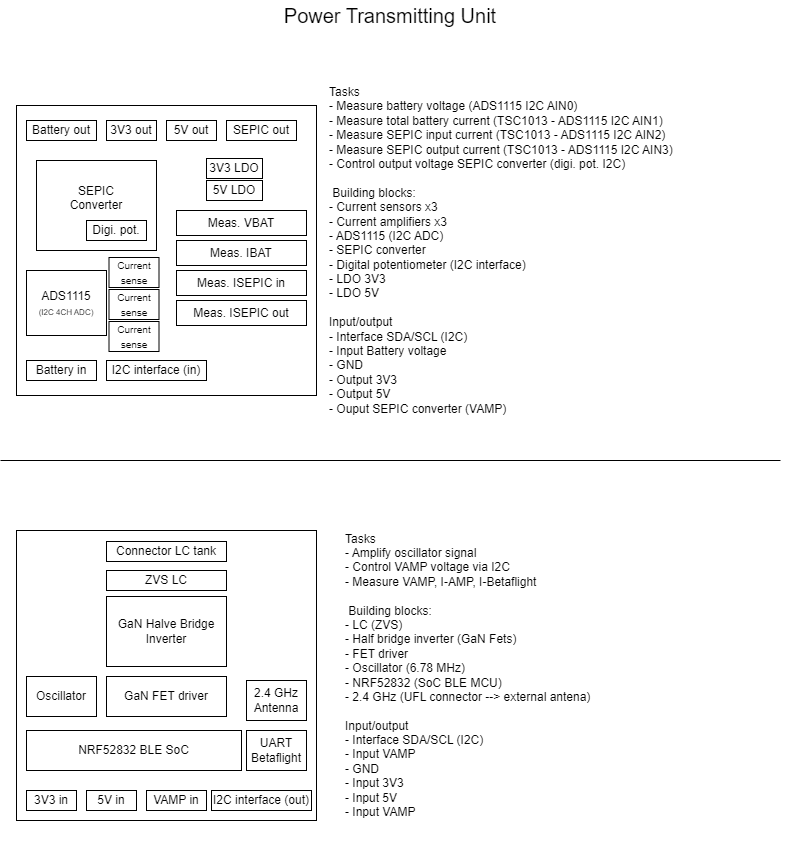
Earlier version of the draw.io export hardware/power-transmitting-unit/drawio/PTU-block-diagram-overview.drawio.png (jarnevanmulders/UAV-Based-Charging-Solution). Source tidied: cells renumbered, new cells last; positions are measured from the earlier drawing's top-left corner, leaving out a move shared by most shapes.
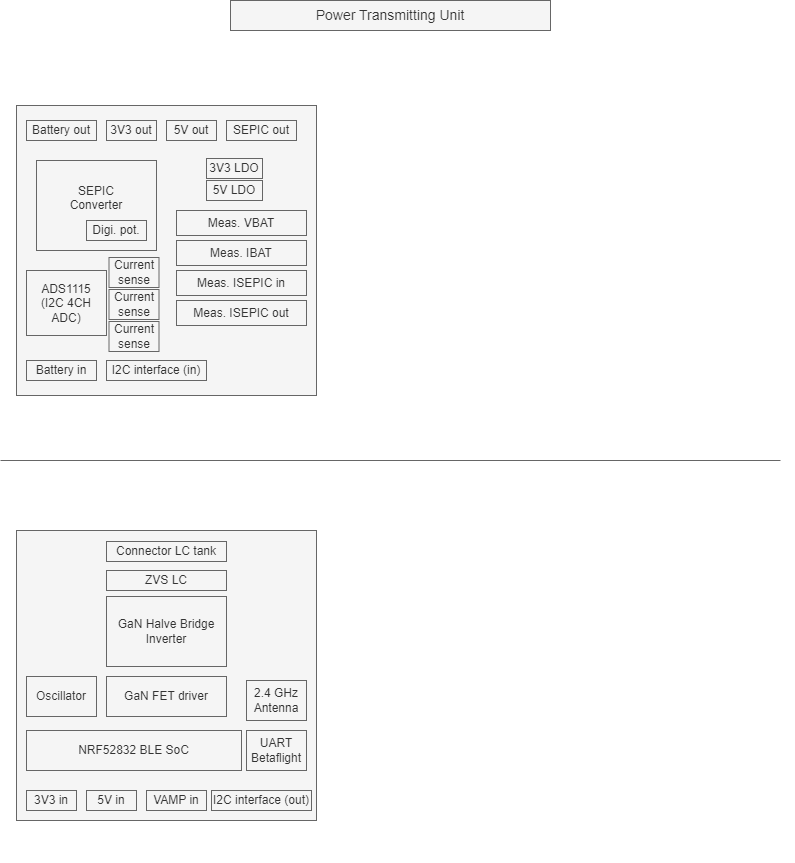
Later version of the same file.

The edit, as a diff of the source:
```diff
@@ -2,115 +2,115 @@
   <root>
     <mxCell id="0" />
     <mxCell id="1" parent="0" />
-    <mxCell id="2" style="rounded=0;whiteSpace=wrap;html=1;labelBackgroundColor=none;" parent="1" vertex="1">
+    <mxCell id="2" style="rounded=0;whiteSpace=wrap;html=1;labelBackgroundColor=none;strokeWidth=1;fontSize=12;fillColor=#f5f5f5;strokeColor=#666666;fontColor=#333333;" parent="1" vertex="1">
       <mxGeometry x="16" y="105" width="300" height="290" as="geometry" />
     </mxCell>
-    <mxCell id="3" value="&lt;font style=&quot;font-size: 20px;&quot;&gt;Power Transmitting Unit&lt;/font&gt;" style="text;html=1;strokeColor=none;fillColor=none;align=center;verticalAlign=middle;whiteSpace=wrap;rounded=0;labelBackgroundColor=none;" parent="1" vertex="1">
+    <mxCell id="3" value="&lt;font style=&quot;font-size: 14px;&quot;&gt;Power Transmitting Unit&lt;/font&gt;" style="text;html=1;strokeColor=#666666;fillColor=#f5f5f5;align=center;verticalAlign=middle;whiteSpace=wrap;rounded=0;labelBackgroundColor=none;strokeWidth=1;fontSize=14;fontColor=#333333;" parent="1" vertex="1">
       <mxGeometry x="230" width="320" height="30" as="geometry" />
     </mxCell>
-    <mxCell id="4" value="SEPIC&lt;br&gt;Converter&lt;br&gt;&amp;nbsp;&amp;nbsp;" style="rounded=0;whiteSpace=wrap;html=1;labelBackgroundColor=none;" parent="1" vertex="1">
+    <mxCell id="4" value="SEPIC&lt;br style=&quot;font-size: 12px;&quot;&gt;Converter&lt;br style=&quot;font-size: 12px;&quot;&gt;&amp;nbsp;&amp;nbsp;" style="rounded=0;whiteSpace=wrap;html=1;labelBackgroundColor=none;strokeWidth=1;fontSize=12;fillColor=#f5f5f5;strokeColor=#666666;fontColor=#333333;" parent="1" vertex="1">
       <mxGeometry x="36" y="160" width="120" height="90" as="geometry" />
     </mxCell>
-    <mxCell id="5" value="Tasks&lt;br&gt;- Measure battery voltage (ADS1115 I2C AIN0)&lt;br&gt;- Measure total battery current (TSC1013 - ADS1115 I2C AIN1)&lt;br&gt;- Measure SEPIC input current (TSC1013 - ADS1115 I2C AIN2)&lt;br&gt;- Measure SEPIC output current (TSC1013 - ADS1115 I2C AIN3)&lt;br&gt;- Control output voltage SEPIC converter (digi. pot. I2C)&lt;br&gt;&lt;br&gt;&amp;nbsp;Building blocks:&lt;br&gt;- Current sensors x3&lt;br&gt;- Current amplifiers x3&lt;br&gt;- ADS1115 (I2C ADC)&lt;br&gt;- SEPIC converter&lt;br&gt;- Digital potentiometer (I2C interface)&lt;br&gt;- LDO 3V3&lt;br&gt;- LDO 5V&lt;br&gt;&lt;br&gt;Input/output&lt;br&gt;- Interface SDA/SCL (I2C)&lt;br&gt;- Input Battery voltage&lt;br&gt;- GND&lt;br&gt;- Output&amp;nbsp;3V3&lt;br&gt;- Output 5V&lt;br&gt;- Ouput SEPIC converter (VAMP)" style="text;html=1;strokeColor=none;fillColor=none;align=left;verticalAlign=middle;whiteSpace=wrap;rounded=0;labelBackgroundColor=none;" parent="1" vertex="1">
-      <mxGeometry x="327" y="80" width="460" height="340" as="geometry" />
+    <mxCell id="5" value="Tasks&lt;br style=&quot;font-size: 14px;&quot;&gt;- Measure battery voltage (ADS1115 I2C AIN0)&lt;br style=&quot;font-size: 14px;&quot;&gt;- Measure total battery current (TSC1013 - ADS1115 I2C AIN1)&lt;br style=&quot;font-size: 14px;&quot;&gt;- Measure SEPIC input current (TSC1013 - ADS1115 I2C AIN2)&lt;br style=&quot;font-size: 14px;&quot;&gt;- Measure SEPIC output current (TSC1013 - ADS1115 I2C AIN3)&lt;br style=&quot;font-size: 14px;&quot;&gt;- Control output voltage SEPIC converter (digi. pot. I2C)&lt;br style=&quot;font-size: 14px;&quot;&gt;&lt;br style=&quot;font-size: 14px;&quot;&gt;&amp;nbsp;Building blocks:&lt;br style=&quot;font-size: 14px;&quot;&gt;- Current sensors x3&lt;br style=&quot;font-size: 14px;&quot;&gt;- Current amplifiers x3&lt;br style=&quot;font-size: 14px;&quot;&gt;- ADS1115 (I2C ADC)&lt;br style=&quot;font-size: 14px;&quot;&gt;- SEPIC converter&lt;br style=&quot;font-size: 14px;&quot;&gt;- Digital potentiometer (I2C interface)&lt;br style=&quot;font-size: 14px;&quot;&gt;- LDO 3V3&lt;br style=&quot;font-size: 14px;&quot;&gt;- LDO 5V&lt;br style=&quot;font-size: 14px;&quot;&gt;&lt;br style=&quot;font-size: 14px;&quot;&gt;Input/output&lt;br style=&quot;font-size: 14px;&quot;&gt;- Interface SDA/SCL (I2C)&lt;br style=&quot;font-size: 14px;&quot;&gt;- Input Battery voltage&lt;br style=&quot;font-size: 14px;&quot;&gt;- GND&lt;br style=&quot;font-size: 14px;&quot;&gt;- Output&amp;nbsp;3V3&lt;br style=&quot;font-size: 14px;&quot;&gt;- Output 5V&lt;br style=&quot;font-size: 14px;&quot;&gt;- Ouput SEPIC converter (VAMP)" style="text;html=1;align=left;verticalAlign=middle;whiteSpace=wrap;rounded=0;labelBackgroundColor=none;strokeWidth=1;fontSize=14;fontColor=#FFFFFF;fontStyle=1;" parent="1" vertex="1">
+      <mxGeometry x="336" y="52.5" width="458" height="400" as="geometry" />
     </mxCell>
-    <mxCell id="6" value="Digi. pot." style="rounded=0;whiteSpace=wrap;html=1;labelBackgroundColor=none;" parent="1" vertex="1">
+    <mxCell id="6" value="Digi. pot." style="rounded=0;whiteSpace=wrap;html=1;labelBackgroundColor=none;strokeWidth=1;fontSize=12;fillColor=#f5f5f5;strokeColor=#666666;fontColor=#333333;" parent="1" vertex="1">
       <mxGeometry x="86" y="220" width="60" height="20" as="geometry" />
     </mxCell>
-    <mxCell id="7" value="Battery in" style="rounded=0;whiteSpace=wrap;html=1;labelBackgroundColor=none;" parent="1" vertex="1">
+    <mxCell id="7" value="Battery in" style="rounded=0;whiteSpace=wrap;html=1;labelBackgroundColor=none;strokeWidth=1;fontSize=12;fillColor=#f5f5f5;strokeColor=#666666;fontColor=#333333;" parent="1" vertex="1">
       <mxGeometry x="26" y="360" width="70" height="20" as="geometry" />
     </mxCell>
-    <mxCell id="8" value="Battery out" style="rounded=0;whiteSpace=wrap;html=1;labelBackgroundColor=none;" parent="1" vertex="1">
+    <mxCell id="8" value="Battery out" style="rounded=0;whiteSpace=wrap;html=1;labelBackgroundColor=none;strokeWidth=1;fontSize=12;fillColor=#f5f5f5;strokeColor=#666666;fontColor=#333333;" parent="1" vertex="1">
       <mxGeometry x="26" y="120" width="70" height="20" as="geometry" />
     </mxCell>
-    <mxCell id="9" value="3V3 out" style="rounded=0;whiteSpace=wrap;html=1;labelBackgroundColor=none;" parent="1" vertex="1">
+    <mxCell id="9" value="3V3 out" style="rounded=0;whiteSpace=wrap;html=1;labelBackgroundColor=none;strokeWidth=1;fontSize=12;fillColor=#f5f5f5;strokeColor=#666666;fontColor=#333333;" parent="1" vertex="1">
       <mxGeometry x="106" y="120" width="50" height="20" as="geometry" />
     </mxCell>
-    <mxCell id="10" value="5V out" style="rounded=0;whiteSpace=wrap;html=1;labelBackgroundColor=none;" parent="1" vertex="1">
+    <mxCell id="10" value="5V out" style="rounded=0;whiteSpace=wrap;html=1;labelBackgroundColor=none;strokeWidth=1;fontSize=12;fillColor=#f5f5f5;strokeColor=#666666;fontColor=#333333;" parent="1" vertex="1">
       <mxGeometry x="166" y="120" width="50" height="20" as="geometry" />
     </mxCell>
-    <mxCell id="11" value="SEPIC out" style="rounded=0;whiteSpace=wrap;html=1;labelBackgroundColor=none;" parent="1" vertex="1">
+    <mxCell id="11" value="SEPIC out" style="rounded=0;whiteSpace=wrap;html=1;labelBackgroundColor=none;strokeWidth=1;fontSize=12;fillColor=#f5f5f5;strokeColor=#666666;fontColor=#333333;" parent="1" vertex="1">
       <mxGeometry x="226" y="120" width="70" height="20" as="geometry" />
     </mxCell>
-    <mxCell id="12" value="I2C interface (in)" style="rounded=0;whiteSpace=wrap;html=1;labelBackgroundColor=none;" parent="1" vertex="1">
+    <mxCell id="12" value="I2C interface (in)" style="rounded=0;whiteSpace=wrap;html=1;labelBackgroundColor=none;strokeWidth=1;fontSize=12;fillColor=#f5f5f5;strokeColor=#666666;fontColor=#333333;" parent="1" vertex="1">
       <mxGeometry x="106" y="360" width="100" height="20" as="geometry" />
     </mxCell>
-    <mxCell id="13" value="ADS1115&lt;br&gt;&lt;font style=&quot;font-size: 8px;&quot;&gt;(I2C 4CH ADC)&lt;/font&gt;" style="rounded=0;whiteSpace=wrap;html=1;labelBackgroundColor=none;" parent="1" vertex="1">
+    <mxCell id="13" value="ADS1115&lt;br style=&quot;font-size: 12px;&quot;&gt;&lt;font style=&quot;font-size: 12px;&quot;&gt;(I2C 4CH ADC)&lt;/font&gt;" style="rounded=0;whiteSpace=wrap;html=1;labelBackgroundColor=none;strokeWidth=1;fontSize=12;fillColor=#f5f5f5;strokeColor=#666666;fontColor=#333333;" parent="1" vertex="1">
       <mxGeometry x="26" y="270" width="80" height="65" as="geometry" />
     </mxCell>
-    <mxCell id="14" value="Meas. IBAT" style="rounded=0;whiteSpace=wrap;html=1;labelBackgroundColor=none;" parent="1" vertex="1">
+    <mxCell id="14" value="Meas. IBAT" style="rounded=0;whiteSpace=wrap;html=1;labelBackgroundColor=none;strokeWidth=1;fontSize=12;fillColor=#f5f5f5;strokeColor=#666666;fontColor=#333333;" parent="1" vertex="1">
       <mxGeometry x="176" y="240" width="130" height="25" as="geometry" />
     </mxCell>
-    <mxCell id="15" value="Meas.&amp;nbsp;ISEPIC in" style="rounded=0;whiteSpace=wrap;html=1;labelBackgroundColor=none;" parent="1" vertex="1">
+    <mxCell id="15" value="Meas.&amp;nbsp;ISEPIC in" style="rounded=0;whiteSpace=wrap;html=1;labelBackgroundColor=none;strokeWidth=1;fontSize=12;fillColor=#f5f5f5;strokeColor=#666666;fontColor=#333333;" parent="1" vertex="1">
       <mxGeometry x="176" y="270" width="130" height="25" as="geometry" />
     </mxCell>
-    <mxCell id="16" value="Meas. VBAT" style="rounded=0;whiteSpace=wrap;html=1;labelBackgroundColor=none;" parent="1" vertex="1">
+    <mxCell id="16" value="Meas. VBAT" style="rounded=0;whiteSpace=wrap;html=1;labelBackgroundColor=none;strokeWidth=1;fontSize=12;fillColor=#f5f5f5;strokeColor=#666666;fontColor=#333333;" parent="1" vertex="1">
       <mxGeometry x="176" y="210" width="130" height="25" as="geometry" />
     </mxCell>
-    <mxCell id="17" value="Meas. ISEPIC out" style="rounded=0;whiteSpace=wrap;html=1;labelBackgroundColor=none;" parent="1" vertex="1">
+    <mxCell id="17" value="Meas. ISEPIC out" style="rounded=0;whiteSpace=wrap;html=1;labelBackgroundColor=none;strokeWidth=1;fontSize=12;fillColor=#f5f5f5;strokeColor=#666666;fontColor=#333333;" parent="1" vertex="1">
       <mxGeometry x="176" y="300" width="130" height="25" as="geometry" />
     </mxCell>
-    <mxCell id="18" style="endArrow=none;html=1;rounded=0;labelBackgroundColor=none;fontColor=default;" parent="1" edge="1">
+    <mxCell id="18" style="endArrow=none;html=1;rounded=0;labelBackgroundColor=none;fontColor=default;strokeWidth=1;fontSize=14;fillColor=#f5f5f5;strokeColor=#666666;" parent="1" edge="1">
       <mxGeometry relative="1" as="geometry">
         <mxPoint y="460" as="sourcePoint" />
         <mxPoint x="780" y="460" as="targetPoint" />
       </mxGeometry>
     </mxCell>
-    <mxCell id="19" style="rounded=0;whiteSpace=wrap;html=1;labelBackgroundColor=none;" parent="1" vertex="1">
+    <mxCell id="19" style="rounded=0;whiteSpace=wrap;html=1;labelBackgroundColor=none;strokeWidth=1;fontSize=12;fillColor=#f5f5f5;strokeColor=#666666;fontColor=#333333;" parent="1" vertex="1">
       <mxGeometry x="16" y="530" width="300" height="290" as="geometry" />
     </mxCell>
-    <mxCell id="20" value="Connector LC tank" style="rounded=0;whiteSpace=wrap;html=1;labelBackgroundColor=none;" parent="1" vertex="1">
+    <mxCell id="20" value="Connector LC tank" style="rounded=0;whiteSpace=wrap;html=1;labelBackgroundColor=none;strokeWidth=1;fontSize=12;fillColor=#f5f5f5;strokeColor=#666666;fontColor=#333333;" parent="1" vertex="1">
       <mxGeometry x="106" y="541" width="120" height="20" as="geometry" />
     </mxCell>
-    <mxCell id="21" value="GaN Halve Bridge&lt;br&gt;Inverter" style="rounded=0;whiteSpace=wrap;html=1;labelBackgroundColor=none;" parent="1" vertex="1">
+    <mxCell id="21" value="GaN Halve Bridge&lt;br style=&quot;font-size: 12px;&quot;&gt;Inverter" style="rounded=0;whiteSpace=wrap;html=1;labelBackgroundColor=none;strokeWidth=1;fontSize=12;fillColor=#f5f5f5;strokeColor=#666666;fontColor=#333333;" parent="1" vertex="1">
       <mxGeometry x="106" y="596" width="120" height="70" as="geometry" />
     </mxCell>
-    <mxCell id="22" value="GaN FET driver" style="rounded=0;whiteSpace=wrap;html=1;labelBackgroundColor=none;" parent="1" vertex="1">
+    <mxCell id="22" value="GaN FET driver" style="rounded=0;whiteSpace=wrap;html=1;labelBackgroundColor=none;strokeWidth=1;fontSize=12;fillColor=#f5f5f5;strokeColor=#666666;fontColor=#333333;" parent="1" vertex="1">
       <mxGeometry x="106" y="676" width="120" height="40" as="geometry" />
     </mxCell>
-    <mxCell id="23" value="Oscillator" style="rounded=0;whiteSpace=wrap;html=1;labelBackgroundColor=none;" parent="1" vertex="1">
+    <mxCell id="23" value="Oscillator" style="rounded=0;whiteSpace=wrap;html=1;labelBackgroundColor=none;strokeWidth=1;fontSize=12;fillColor=#f5f5f5;strokeColor=#666666;fontColor=#333333;" parent="1" vertex="1">
       <mxGeometry x="26" y="676" width="70" height="40" as="geometry" />
     </mxCell>
-    <mxCell id="24" value="5V in" style="rounded=0;whiteSpace=wrap;html=1;labelBackgroundColor=none;" parent="1" vertex="1">
+    <mxCell id="24" value="5V in" style="rounded=0;whiteSpace=wrap;html=1;labelBackgroundColor=none;strokeWidth=1;fontSize=12;fillColor=#f5f5f5;strokeColor=#666666;fontColor=#333333;" parent="1" vertex="1">
       <mxGeometry x="86" y="790" width="50" height="20" as="geometry" />
     </mxCell>
-    <mxCell id="25" value="3V3 in" style="rounded=0;whiteSpace=wrap;html=1;labelBackgroundColor=none;" parent="1" vertex="1">
+    <mxCell id="25" value="3V3 in" style="rounded=0;whiteSpace=wrap;html=1;labelBackgroundColor=none;strokeWidth=1;fontSize=12;fillColor=#f5f5f5;strokeColor=#666666;fontColor=#333333;" parent="1" vertex="1">
       <mxGeometry x="26" y="790" width="50" height="20" as="geometry" />
     </mxCell>
-    <mxCell id="26" value="VAMP in" style="rounded=0;whiteSpace=wrap;html=1;labelBackgroundColor=none;" parent="1" vertex="1">
+    <mxCell id="26" value="VAMP in" style="rounded=0;whiteSpace=wrap;html=1;labelBackgroundColor=none;strokeWidth=1;fontSize=12;fillColor=#f5f5f5;strokeColor=#666666;fontColor=#333333;" parent="1" vertex="1">
       <mxGeometry x="146" y="790" width="60" height="20" as="geometry" />
     </mxCell>
-    <mxCell id="27" value="ZVS LC" style="rounded=0;whiteSpace=wrap;html=1;labelBackgroundColor=none;" parent="1" vertex="1">
+    <mxCell id="27" value="ZVS LC" style="rounded=0;whiteSpace=wrap;html=1;labelBackgroundColor=none;strokeWidth=1;fontSize=12;fillColor=#f5f5f5;strokeColor=#666666;fontColor=#333333;" parent="1" vertex="1">
       <mxGeometry x="106" y="570" width="120" height="20" as="geometry" />
     </mxCell>
-    <mxCell id="28" value="NRF52832 BLE SoC" style="rounded=0;whiteSpace=wrap;html=1;labelBackgroundColor=none;" parent="1" vertex="1">
+    <mxCell id="28" value="NRF52832 BLE SoC" style="rounded=0;whiteSpace=wrap;html=1;labelBackgroundColor=none;strokeWidth=1;fontSize=12;fillColor=#f5f5f5;strokeColor=#666666;fontColor=#333333;" parent="1" vertex="1">
       <mxGeometry x="26" y="730" width="215" height="40" as="geometry" />
     </mxCell>
-    <mxCell id="29" value="UART&lt;br&gt;Betaflight" style="rounded=0;whiteSpace=wrap;html=1;labelBackgroundColor=none;" parent="1" vertex="1">
+    <mxCell id="29" value="UART&lt;br style=&quot;font-size: 12px;&quot;&gt;Betaflight" style="rounded=0;whiteSpace=wrap;html=1;labelBackgroundColor=none;strokeWidth=1;fontSize=12;fillColor=#f5f5f5;strokeColor=#666666;fontColor=#333333;" parent="1" vertex="1">
       <mxGeometry x="246" y="730" width="60" height="40" as="geometry" />
     </mxCell>
-    <mxCell id="30" value="2.4 GHz&lt;br&gt;Antenna" style="rounded=0;whiteSpace=wrap;html=1;labelBackgroundColor=none;" parent="1" vertex="1">
+    <mxCell id="30" value="2.4 GHz&lt;br style=&quot;font-size: 12px;&quot;&gt;Antenna" style="rounded=0;whiteSpace=wrap;html=1;labelBackgroundColor=none;strokeWidth=1;fontSize=12;fillColor=#f5f5f5;strokeColor=#666666;fontColor=#333333;" parent="1" vertex="1">
       <mxGeometry x="246" y="680" width="60" height="40" as="geometry" />
     </mxCell>
-    <mxCell id="31" value="I2C interface (out)" style="rounded=0;whiteSpace=wrap;html=1;labelBackgroundColor=none;" parent="1" vertex="1">
+    <mxCell id="31" value="I2C interface (out)" style="rounded=0;whiteSpace=wrap;html=1;labelBackgroundColor=none;strokeWidth=1;fontSize=12;fillColor=#f5f5f5;strokeColor=#666666;fontColor=#333333;" parent="1" vertex="1">
       <mxGeometry x="211" y="790" width="100" height="20" as="geometry" />
     </mxCell>
-    <mxCell id="32" value="Tasks&lt;br&gt;- Amplify oscillator signal&lt;br&gt;- Control VAMP voltage via I2C&lt;br&gt;- Measure VAMP, I-AMP, I-Betaflight&lt;br&gt;&lt;br&gt;&amp;nbsp;Building blocks:&lt;br&gt;- LC (ZVS)&lt;br&gt;- Half bridge inverter (GaN Fets)&lt;br&gt;- FET driver&lt;br&gt;- Oscillator (6.78 MHz)&lt;br&gt;- NRF52832 (SoC BLE MCU)&lt;br&gt;- 2.4 GHz (UFL connector --&amp;gt; external antena)&lt;br&gt;&lt;br&gt;Input/output&lt;br&gt;- Interface SDA/SCL (I2C)&lt;br&gt;- Input VAMP&lt;br&gt;- GND&lt;br&gt;- Input 3V3&lt;br&gt;- Input 5V&lt;br&gt;- Input VAMP" style="text;html=1;strokeColor=none;fillColor=none;align=left;verticalAlign=middle;whiteSpace=wrap;rounded=0;labelBackgroundColor=none;" parent="1" vertex="1">
-      <mxGeometry x="343" y="505" width="460" height="340" as="geometry" />
+    <mxCell id="32" value="Tasks&lt;br style=&quot;font-size: 14px;&quot;&gt;- Amplify oscillator signal&lt;br style=&quot;font-size: 14px;&quot;&gt;- Control VAMP voltage via I2C&lt;br style=&quot;font-size: 14px;&quot;&gt;- Measure VAMP, I-AMP, I-Betaflight&lt;br style=&quot;font-size: 14px;&quot;&gt;&lt;br style=&quot;font-size: 14px;&quot;&gt;&amp;nbsp;Building blocks:&lt;br style=&quot;font-size: 14px;&quot;&gt;- LC (ZVS)&lt;br style=&quot;font-size: 14px;&quot;&gt;- Half bridge inverter (GaN Fets)&lt;br style=&quot;font-size: 14px;&quot;&gt;- FET driver&lt;br style=&quot;font-size: 14px;&quot;&gt;- Oscillator (6.78 MHz)&lt;br style=&quot;font-size: 14px;&quot;&gt;- NRF52832 (SoC BLE MCU)&lt;br style=&quot;font-size: 14px;&quot;&gt;- 2.4 GHz (UFL connector --&amp;gt; external antena)&lt;br style=&quot;font-size: 14px;&quot;&gt;&lt;br style=&quot;font-size: 14px;&quot;&gt;Input/output&lt;br style=&quot;font-size: 14px;&quot;&gt;- Interface SDA/SCL (I2C)&lt;br style=&quot;font-size: 14px;&quot;&gt;- Input VAMP&lt;br style=&quot;font-size: 14px;&quot;&gt;- GND&lt;br style=&quot;font-size: 14px;&quot;&gt;- Input 3V3&lt;br style=&quot;font-size: 14px;&quot;&gt;- Input 5V&lt;br style=&quot;font-size: 14px;&quot;&gt;- Input VAMP" style="text;html=1;align=left;verticalAlign=middle;whiteSpace=wrap;rounded=0;labelBackgroundColor=none;strokeWidth=1;fontSize=14;fontColor=#FFFFFF;fontStyle=1;" parent="1" vertex="1">
+      <mxGeometry x="336" y="487.5" width="458" height="375" as="geometry" />
     </mxCell>
-    <mxCell id="33" value="3V3 LDO" style="rounded=0;whiteSpace=wrap;html=1;labelBackgroundColor=none;" parent="1" vertex="1">
+    <mxCell id="33" value="3V3 LDO" style="rounded=0;whiteSpace=wrap;html=1;labelBackgroundColor=none;strokeWidth=1;fontSize=12;fillColor=#f5f5f5;strokeColor=#666666;fontColor=#333333;" parent="1" vertex="1">
       <mxGeometry x="206" y="158" width="56" height="20" as="geometry" />
     </mxCell>
-    <mxCell id="34" value="5V LDO" style="rounded=0;whiteSpace=wrap;html=1;labelBackgroundColor=none;" parent="1" vertex="1">
+    <mxCell id="34" value="5V LDO" style="rounded=0;whiteSpace=wrap;html=1;labelBackgroundColor=none;strokeWidth=1;fontSize=12;fillColor=#f5f5f5;strokeColor=#666666;fontColor=#333333;" parent="1" vertex="1">
       <mxGeometry x="206" y="180" width="56" height="20" as="geometry" />
     </mxCell>
-    <mxCell id="35" value="&lt;font style=&quot;font-size: 10px;&quot;&gt;Current&lt;br&gt;sense&lt;/font&gt;" style="rounded=0;whiteSpace=wrap;html=1;labelBackgroundColor=none;" parent="1" vertex="1">
+    <mxCell id="35" value="&lt;font style=&quot;font-size: 12px;&quot;&gt;Current&lt;br style=&quot;font-size: 12px;&quot;&gt;sense&lt;/font&gt;" style="rounded=0;whiteSpace=wrap;html=1;labelBackgroundColor=none;strokeWidth=1;fontSize=12;fillColor=#f5f5f5;strokeColor=#666666;fontColor=#333333;" parent="1" vertex="1">
       <mxGeometry x="108.5" y="289" width="50" height="30" as="geometry" />
     </mxCell>
-    <mxCell id="36" value="&lt;font style=&quot;font-size: 10px;&quot;&gt;Current&lt;br&gt;sense&lt;/font&gt;" style="rounded=0;whiteSpace=wrap;html=1;labelBackgroundColor=none;" parent="1" vertex="1">
+    <mxCell id="36" value="&lt;font style=&quot;font-size: 12px;&quot;&gt;Current&lt;br style=&quot;font-size: 12px;&quot;&gt;sense&lt;/font&gt;" style="rounded=0;whiteSpace=wrap;html=1;labelBackgroundColor=none;strokeWidth=1;fontSize=12;fillColor=#f5f5f5;strokeColor=#666666;fontColor=#333333;" parent="1" vertex="1">
       <mxGeometry x="108.5" y="257" width="50" height="30" as="geometry" />
     </mxCell>
-    <mxCell id="37" value="&lt;font style=&quot;font-size: 10px;&quot;&gt;Current&lt;br&gt;sense&lt;/font&gt;" style="rounded=0;whiteSpace=wrap;html=1;labelBackgroundColor=none;" parent="1" vertex="1">
+    <mxCell id="37" value="&lt;font style=&quot;font-size: 12px;&quot;&gt;Current&lt;br style=&quot;font-size: 12px;&quot;&gt;sense&lt;/font&gt;" style="rounded=0;whiteSpace=wrap;html=1;labelBackgroundColor=none;strokeWidth=1;fontSize=12;fillColor=#f5f5f5;strokeColor=#666666;fontColor=#333333;" parent="1" vertex="1">
       <mxGeometry x="108.5" y="321" width="50" height="30" as="geometry" />
     </mxCell>
   </root>
```
